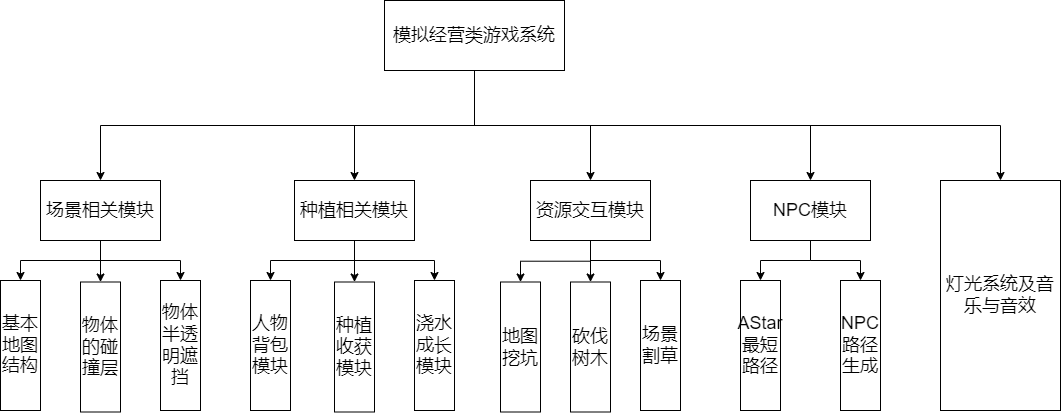
Before: draw/系统模块图.drawio.png, a diagram exported from draw.io (TRAVISZHAN/images). Source tidied: cells renumbered, new cells last; positions are measured from the earlier drawing's top-left corner, leaving out a move shared by most shapes.
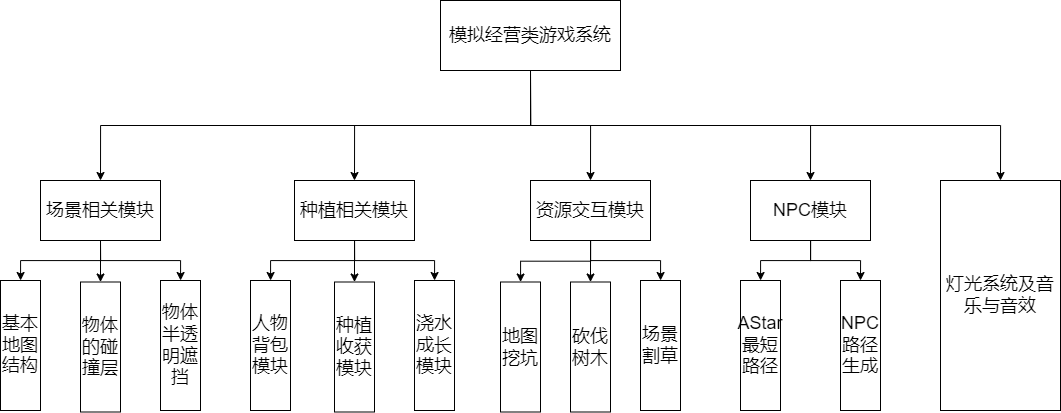
The same file after the commit.

Commit message:
更新系统模块图.drawio.png

The edit, as a diff of the source:
```diff
@@ -5,7 +5,7 @@
     <mxCell id="2" style="edgeStyle=orthogonalEdgeStyle;rounded=0;jettySize=auto;html=1;entryX=0.5;entryY=0;entryDx=0;entryDy=0;exitX=0.5;exitY=1;exitDx=0;exitDy=0;" parent="1" edge="1" source="7" target="11">
       <mxGeometry relative="1" as="geometry" />
     </mxCell>
-    <mxCell id="3" style="edgeStyle=orthogonalEdgeStyle;rounded=0;jettySize=auto;html=1;entryX=0.5;entryY=0;entryDx=0;entryDy=0;" parent="1" edge="1" source="7" target="15">
+    <mxCell id="3" style="edgeStyle=orthogonalEdgeStyle;rounded=0;jettySize=auto;html=1;entryX=0.5;entryY=0;entryDx=0;entryDy=0;exitX=0.5;exitY=1;exitDx=0;exitDy=0;" parent="1" edge="1" source="7" target="15">
       <mxGeometry relative="1" as="geometry" />
     </mxCell>
     <mxCell id="4" style="edgeStyle=orthogonalEdgeStyle;rounded=0;jettySize=auto;html=1;entryX=0.5;entryY=0;entryDx=0;entryDy=0;exitX=0.5;exitY=1;exitDx=0;exitDy=0;" parent="1" edge="1" source="7" target="19">
@@ -20,7 +20,7 @@
       <mxGeometry relative="1" as="geometry" />
     </mxCell>
     <mxCell id="7" value="&lt;font style=&quot;font-size: 18px;&quot;&gt;模拟经营类游戏系统&lt;/font&gt;" style="rounded=0;whiteSpace=wrap;html=1;" parent="1" vertex="1">
-      <mxGeometry x="384" width="180" height="70" as="geometry" />
+      <mxGeometry x="440" width="180" height="70" as="geometry" />
     </mxCell>
     <mxCell id="8" style="edgeStyle=orthogonalEdgeStyle;rounded=0;jettySize=auto;html=1;exitX=0.5;exitY=1;exitDx=0;exitDy=0;" parent="1" edge="1" source="11" target="20">
       <mxGeometry relative="1" as="geometry" />
```
